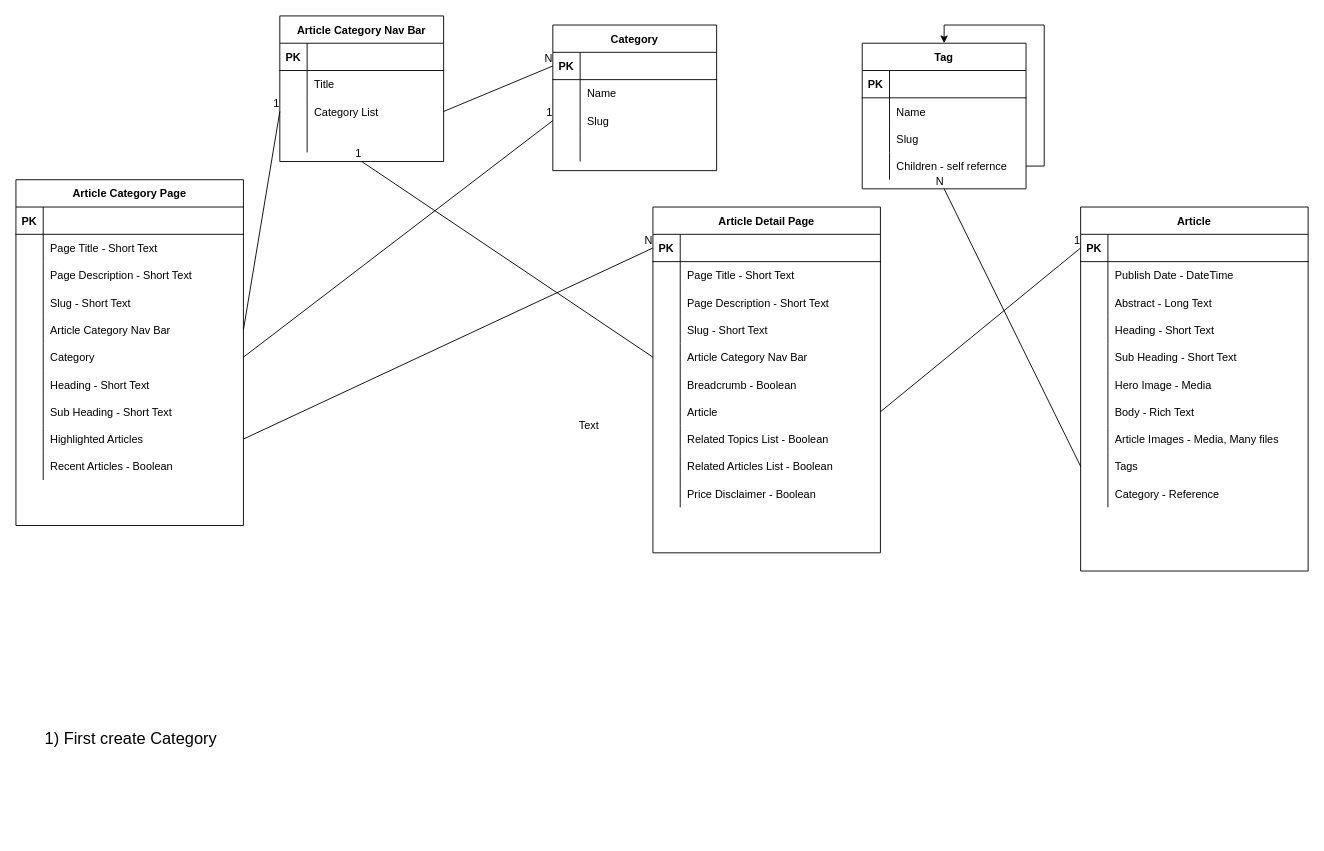
Before: page "Current model" (1 of 2) of Untitled Diagram.drawio in kkankala/erdiagrams, a draw.io diagram. Source tidied: cells renumbered, new cells numbered last; positions are measured from the earlier drawing's top-left corner, leaving out a move shared by most shapes. Both pictures are drawn from the tidied source at 91%, with x=0, y=0 at pixel (15, 15).
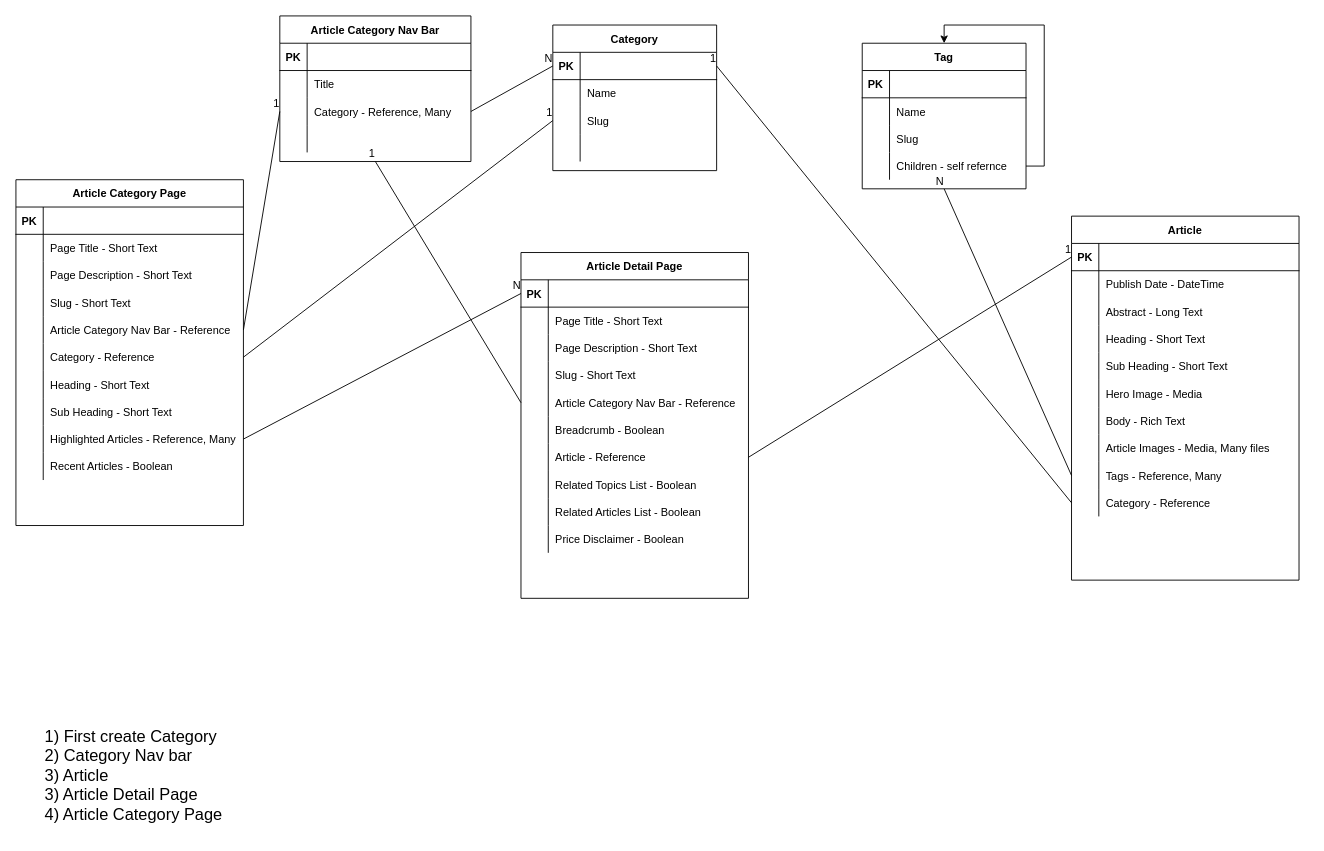
The same diagram, later.

The change refers to these unchanged cells:
```xml
<mxCell id="27" style="shape=partialRectangle;fillColor=none;points=[[0,0.5],[1,0.5]];portConstraint=eastwest;top=0;left=0;right=0;bottom=0;" parent="2" vertex="1">
  <mxGeometry y="270" width="250" height="30" as="geometry" />
</mxCell>
<mxCell id="30" style="shape=partialRectangle;fillColor=none;points=[[0,0.5],[1,0.5]];portConstraint=eastwest;top=0;left=0;right=0;bottom=0;" parent="2" vertex="1">
  <mxGeometry y="300" width="250" height="30" as="geometry" />
</mxCell>
<mxCell id="46" style="shape=partialRectangle;fillColor=none;points=[[0,0.5],[1,0.5]];portConstraint=eastwest;top=0;left=0;right=0;bottom=0;" parent="33" vertex="1">
  <mxGeometry y="150" width="250" height="30" as="geometry" />
</mxCell>
<mxCell id="52" style="shape=partialRectangle;fillColor=none;points=[[0,0.5],[1,0.5]];portConstraint=eastwest;top=0;left=0;right=0;bottom=0;" parent="33" vertex="1">
  <mxGeometry y="210" width="250" height="30" as="geometry" />
</mxCell>
<mxCell id="65" style="shape=partialRectangle;fillColor=none;top=0;left=0;bottom=1;right=0;points=[[0,0.5],[1,0.5]];portConstraint=eastwest;" parent="64" vertex="1">
  <mxGeometry y="30" width="180" height="30" as="geometry" />
</mxCell>
<mxCell id="103" style="shape=partialRectangle;fillColor=none;points=[[0,0.5],[1,0.5]];portConstraint=eastwest;top=0;left=0;right=0;bottom=0;" parent="90" vertex="1">
  <mxGeometry y="150" width="250" height="30" as="geometry" />
</mxCell>
<mxCell id="106" style="shape=partialRectangle;fillColor=none;points=[[0,0.5],[1,0.5]];portConstraint=eastwest;top=0;left=0;right=0;bottom=0;" parent="90" vertex="1">
  <mxGeometry y="180" width="250" height="30" as="geometry" />
</mxCell>
<mxCell id="115" style="shape=partialRectangle;fillColor=none;points=[[0,0.5],[1,0.5]];portConstraint=eastwest;top=0;left=0;right=0;bottom=0;" parent="90" vertex="1">
  <mxGeometry y="270" width="250" height="30" as="geometry" />
</mxCell>
```

Change to the diagram source:
```diff
@@
     <mxCell id="2" value="Article" style="shape=table;startSize=30;childLayout=tableLayout;rowLines=0;fontStyle=1;align=center;" parent="1" vertex="1">
-      <mxGeometry x="1170" y="210" width="250" height="400" as="geometry" />
+      <mxGeometry x="1160" y="220" width="250" height="400" as="geometry" />
     </mxCell>
@@
-    <mxCell id="29" value="Tags" style="shape=partialRectangle;overflow=hidden;fillColor=none;top=0;left=0;bottom=0;right=0;align=left;spacingLeft=6;" parent="27" vertex="1">
+    <mxCell id="29" value="Tags - Reference, Many" style="shape=partialRectangle;overflow=hidden;fillColor=none;top=0;left=0;bottom=0;right=0;align=left;spacingLeft=6;" parent="27" vertex="1">
       <mxGeometry x="30" width="220" height="30" as="geometry" />
     </mxCell>
@@
     <mxCell id="33" value="Article Detail Page" style="shape=table;startSize=30;childLayout=tableLayout;rowLines=0;fontStyle=1;align=center;" parent="1" vertex="1">
-      <mxGeometry x="700" y="210" width="250" height="380" as="geometry" />
+      <mxGeometry x="555" y="260" width="250" height="380" as="geometry" />
     </mxCell>
@@
-    <mxCell id="48" value="Article Category Nav Bar" style="shape=partialRectangle;overflow=hidden;fillColor=none;top=0;left=0;bottom=0;right=0;align=left;spacingLeft=6;" parent="46" vertex="1">
+    <mxCell id="48" value="Article Category Nav Bar - Reference" style="shape=partialRectangle;overflow=hidden;fillColor=none;top=0;left=0;bottom=0;right=0;align=left;spacingLeft=6;" parent="46" vertex="1">
       <mxGeometry x="30" width="220" height="30" as="geometry" />
     </mxCell>
@@
-    <mxCell id="54" value="Article" style="shape=partialRectangle;overflow=hidden;fillColor=none;top=0;left=0;bottom=0;right=0;align=left;spacingLeft=6;" parent="52" vertex="1">
+    <mxCell id="54" value="Article - Reference" style="shape=partialRectangle;overflow=hidden;fillColor=none;top=0;left=0;bottom=0;right=0;align=left;spacingLeft=6;" parent="52" vertex="1">
       <mxGeometry x="30" width="220" height="30" as="geometry" />
     </mxCell>
@@
     <mxCell id="77" value="Article Category Nav Bar" style="shape=table;startSize=30;childLayout=tableLayout;rowLines=0;fontStyle=1;align=center;" parent="1" vertex="1">
-      <mxGeometry x="290" width="180" height="160" as="geometry" />
+      <mxGeometry x="290" width="210" height="160" as="geometry" />
     </mxCell>
     <mxCell id="78" style="shape=partialRectangle;fillColor=none;top=0;left=0;bottom=1;right=0;" parent="77" vertex="1">
-      <mxGeometry y="30" width="180" height="30" as="geometry" />
+      <mxGeometry y="30" width="210" height="30" as="geometry" />
     </mxCell>
@@
     <mxCell id="80" style="shape=partialRectangle;fillColor=none;top=0;left=0;bottom=0;right=0;align=left;spacingLeft=6;fontStyle=5;overflow=hidden;" parent="78" vertex="1">
-      <mxGeometry x="30" width="150" height="30" as="geometry" />
+      <mxGeometry x="30" width="180" height="30" as="geometry" />
     </mxCell>
     <mxCell id="81" style="shape=partialRectangle;fillColor=none;top=0;left=0;bottom=0;right=0;" parent="77" vertex="1">
-      <mxGeometry y="60" width="180" height="30" as="geometry" />
+      <mxGeometry y="60" width="210" height="30" as="geometry" />
     </mxCell>
@@
     <mxCell id="83" value="Title" style="shape=partialRectangle;fillColor=none;top=0;left=0;bottom=0;right=0;align=left;spacingLeft=6;overflow=hidden;" parent="81" vertex="1">
-      <mxGeometry x="30" width="150" height="30" as="geometry" />
+      <mxGeometry x="30" width="180" height="30" as="geometry" />
     </mxCell>
     <mxCell id="84" style="shape=partialRectangle;fillColor=none;top=0;left=0;bottom=0;right=0;points=[[0,0.5],[1,0.5]];portConstraint=eastwest;" parent="77" vertex="1">
-      <mxGeometry y="90" width="180" height="30" as="geometry" />
+      <mxGeometry y="90" width="210" height="30" as="geometry" />
     </mxCell>
@@
-    <mxCell id="86" value="Category List" style="shape=partialRectangle;fillColor=none;top=0;left=0;bottom=0;right=0;align=left;spacingLeft=6;overflow=hidden;" parent="84" vertex="1">
-      <mxGeometry x="30" width="150" height="30" as="geometry" />
+    <mxCell id="86" value="Category - Reference, Many" style="shape=partialRectangle;fillColor=none;top=0;left=0;bottom=0;right=0;align=left;spacingLeft=6;overflow=hidden;" parent="84" vertex="1">
+      <mxGeometry x="30" width="180" height="30" as="geometry" />
     </mxCell>
     <mxCell id="87" style="shape=partialRectangle;fillColor=none;top=0;left=0;bottom=0;right=0;" parent="77" vertex="1">
-      <mxGeometry y="120" width="180" height="30" as="geometry" />
+      <mxGeometry y="120" width="210" height="30" as="geometry" />
     </mxCell>
@@
     <mxCell id="89" style="shape=partialRectangle;fillColor=none;top=0;left=0;bottom=0;right=0;align=left;spacingLeft=6;overflow=hidden;" parent="87" vertex="1">
-      <mxGeometry x="30" width="150" height="30" as="geometry" />
+      <mxGeometry x="30" width="180" height="30" as="geometry" />
     </mxCell>
@@
-    <mxCell id="105" value="Article Category Nav Bar" style="shape=partialRectangle;overflow=hidden;fillColor=none;top=0;left=0;bottom=0;right=0;align=left;spacingLeft=6;" parent="103" vertex="1">
+    <mxCell id="105" value="Article Category Nav Bar - Reference" style="shape=partialRectangle;overflow=hidden;fillColor=none;top=0;left=0;bottom=0;right=0;align=left;spacingLeft=6;" parent="103" vertex="1">
       <mxGeometry x="30" width="220" height="30" as="geometry" />
     </mxCell>
@@
-    <mxCell id="108" value="Category" style="shape=partialRectangle;overflow=hidden;fillColor=none;top=0;left=0;bottom=0;right=0;align=left;spacingLeft=6;" parent="106" vertex="1">
+    <mxCell id="108" value="Category - Reference" style="shape=partialRectangle;overflow=hidden;fillColor=none;top=0;left=0;bottom=0;right=0;align=left;spacingLeft=6;" parent="106" vertex="1">
       <mxGeometry x="30" width="220" height="30" as="geometry" />
     </mxCell>
@@
-    <mxCell id="117" value="Highlighted Articles" style="shape=partialRectangle;overflow=hidden;fillColor=none;top=0;left=0;bottom=0;right=0;align=left;spacingLeft=6;" parent="115" vertex="1">
+    <mxCell id="117" value="Highlighted Articles - Reference, Many" style="shape=partialRectangle;overflow=hidden;fillColor=none;top=0;left=0;bottom=0;right=0;align=left;spacingLeft=6;" parent="115" vertex="1">
       <mxGeometry x="30" width="220" height="30" as="geometry" />
     </mxCell>
@@
-    <mxCell id="149" value="Text" style="text;html=1;strokeColor=none;fillColor=none;align=center;verticalAlign=middle;whiteSpace=wrap;rounded=0;" parent="1" vertex="1">
-      <mxGeometry x="610" y="440" width="40" height="20" as="geometry" />
-    </mxCell>
-    <mxCell id="150" value="&lt;font style=&quot;font-size: 18px&quot;&gt;1) First create Category&lt;/font&gt;" style="text;html=1;strokeColor=none;fillColor=none;align=left;verticalAlign=middle;whiteSpace=wrap;rounded=0;" parent="1" vertex="1">
-      <mxGeometry x="30" y="690" width="460" height="210" as="geometry" />
+    <mxCell id="150" value="&lt;font style=&quot;font-size: 18px&quot;&gt;1) First create Category&lt;br&gt;2) Category Nav bar&lt;br&gt;3) Article&lt;br&gt;3) Article Detail Page&lt;br&gt;4) Article Category Page&lt;br&gt;&lt;/font&gt;" style="text;html=1;strokeColor=none;fillColor=none;align=left;verticalAlign=middle;whiteSpace=wrap;rounded=0;" parent="1" vertex="1">
+      <mxGeometry x="30" y="770" width="460" height="130" as="geometry" />
     </mxCell>
+    <mxCell id="151" style="endArrow=none;html=1;rounded=0;entryX=1;entryY=0.5;entryDx=0;entryDy=0;exitX=0;exitY=0.5;exitDx=0;exitDy=0;" parent="1" edge="1" source="30" target="65">
+      <mxGeometry relative="1" as="geometry" />
+    </mxCell>
+    <mxCell id="152" value="1" style="html=1;align=right;verticalAlign=bottom;" parent="151" vertex="1">
+      <mxGeometry x="1" relative="1" as="geometry" />
+    </mxCell>
```
